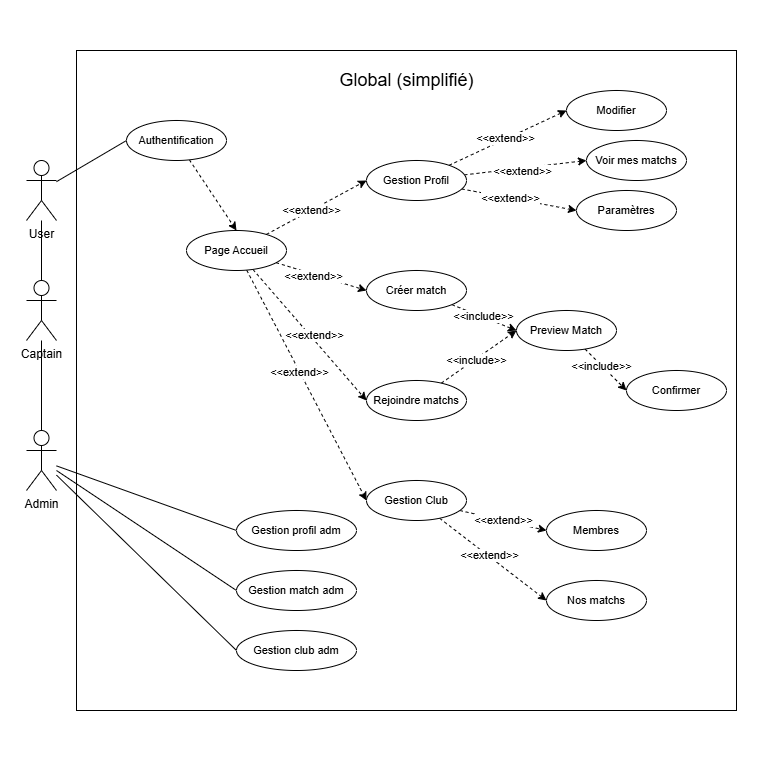
This is Diagram use case Global simplifié.drawio.png from Mathistrg/Styx, a draw.io export, as it was before one commit. Source tidied: cells renumbered, new cells last; positions are measured from the earlier drawing's top-left corner, leaving out a move shared by most shapes.
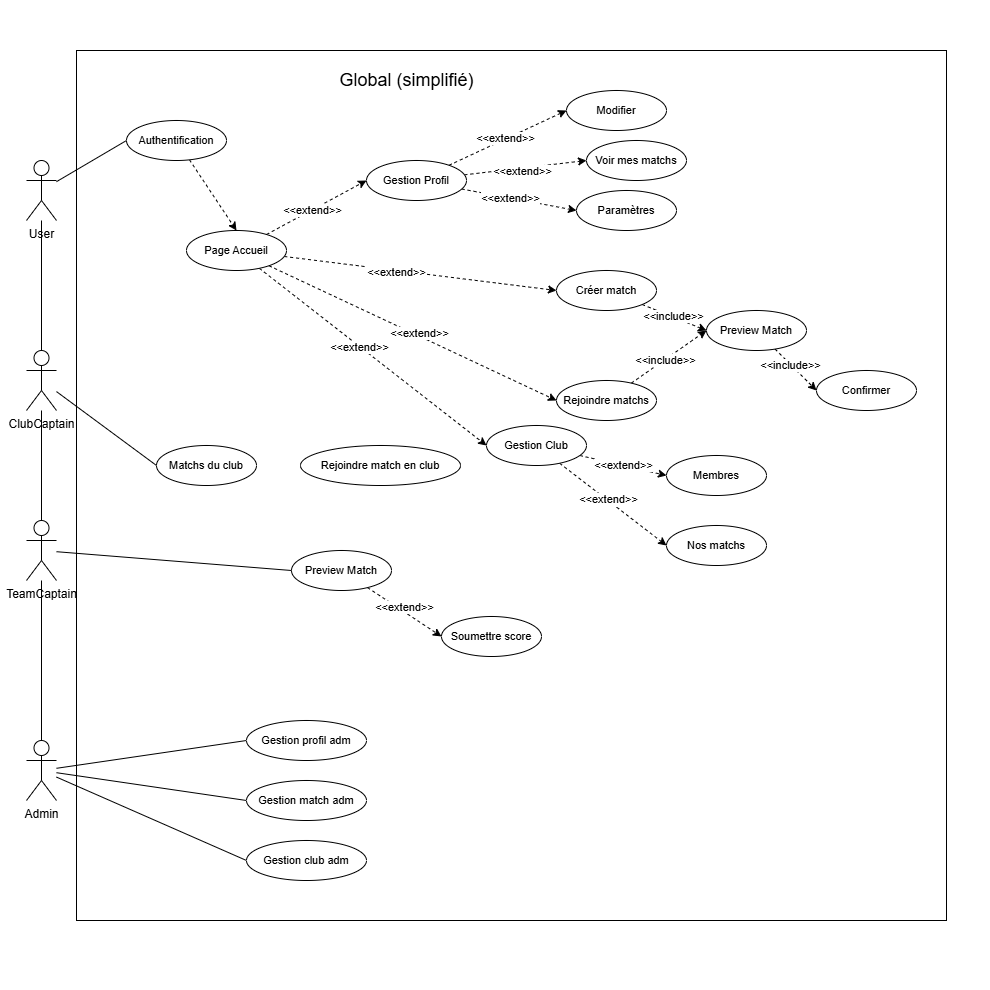
Above is the later version.

Commit message:
Mettre à jour Diagram use case Global simplifié.drawio.png

Diff of the diagram source:
```diff
@@ -3,10 +3,10 @@
     <mxCell id="0" />
     <mxCell id="1" parent="0" />
     <mxCell id="2" style="whiteSpace=wrap;html=1;strokeColor=none;" parent="1" vertex="1">
-      <mxGeometry width="760" height="760" as="geometry" />
+      <mxGeometry width="990" height="990" as="geometry" />
     </mxCell>
     <mxCell id="3" style="whiteSpace=wrap;html=1;" parent="1" vertex="1">
-      <mxGeometry x="76" y="50" width="660" height="660" as="geometry" />
+      <mxGeometry x="76" y="50" width="870" height="870" as="geometry" />
     </mxCell>
     <mxCell id="4" value="&lt;span style=&quot;font-size: 18px;&quot;&gt;Global (simplifié)&lt;/span&gt;" style="text;html=1;align=center;verticalAlign=middle;strokeColor=none;fillColor=none;" parent="1" vertex="1">
       <mxGeometry x="326" y="60" width="160" height="40" as="geometry" />
@@ -26,11 +26,11 @@
     <mxCell id="9" value="Authentification" style="ellipse;whiteSpace=wrap;html=1;fontFamily=Helvetica;fontSize=11;fontColor=default;labelBackgroundColor=default;" parent="1" vertex="1">
       <mxGeometry x="126" y="120" width="100" height="40" as="geometry" />
     </mxCell>
-    <mxCell id="10" style="edgeStyle=orthogonalEdgeStyle;rounded=0;jettySize=auto;html=1;endArrow=none;endFill=0;" parent="1" edge="1" source="11" target="15">
-      <mxGeometry relative="1" as="geometry" />
-    </mxCell>
+    <mxCell id="55" style="edgeStyle=none;shape=connector;rounded=0;jettySize=auto;html=1;entryX=0;entryY=0.5;entryDx=0;entryDy=0;strokeColor=default;align=center;verticalAlign=middle;fontFamily=Helvetica;fontSize=11;fontColor=default;labelBackgroundColor=default;endArrow=none;endFill=0;" parent="1" edge="1" source="11" target="61">
+      <mxGeometry relative="1" as="geometry" />
+    </mxCell>
-    <mxCell id="11" value="Captain" style="shape=umlActor;verticalLabelPosition=bottom;verticalAlign=top;html=1;outlineConnect=0;" parent="1" vertex="1">
-      <mxGeometry x="26" y="280" width="30" height="60" as="geometry" />
+    <mxCell id="11" value="ClubCaptain" style="shape=umlActor;verticalLabelPosition=bottom;verticalAlign=top;html=1;outlineConnect=0;" parent="1" vertex="1">
+      <mxGeometry x="26" y="350" width="30" height="60" as="geometry" />
     </mxCell>
     <mxCell id="12" style="edgeStyle=none;shape=connector;rounded=0;jettySize=auto;html=1;entryX=0;entryY=0.5;entryDx=0;entryDy=0;strokeColor=default;align=center;verticalAlign=middle;fontFamily=Helvetica;fontSize=11;fontColor=default;labelBackgroundColor=default;endArrow=none;endFill=0;" parent="1" edge="1" source="15" target="45">
       <mxGeometry relative="1" as="geometry" />
@@ -41,8 +41,11 @@
     <mxCell id="14" style="edgeStyle=none;shape=connector;rounded=0;jettySize=auto;html=1;entryX=0;entryY=0.5;entryDx=0;entryDy=0;strokeColor=default;align=center;verticalAlign=middle;fontFamily=Helvetica;fontSize=11;fontColor=default;labelBackgroundColor=default;endArrow=none;endFill=0;" parent="1" edge="1" source="15" target="44">
       <mxGeometry relative="1" as="geometry" />
     </mxCell>
+    <mxCell id="56" style="edgeStyle=none;shape=connector;rounded=0;jettySize=auto;html=1;strokeColor=default;align=center;verticalAlign=middle;fontFamily=Helvetica;fontSize=11;fontColor=default;labelBackgroundColor=default;endArrow=none;endFill=0;" parent="1" edge="1" source="15" target="65">
+      <mxGeometry relative="1" as="geometry" />
+    </mxCell>
     <mxCell id="15" value="Admin" style="shape=umlActor;verticalLabelPosition=bottom;verticalAlign=top;html=1;outlineConnect=0;" parent="1" vertex="1">
-      <mxGeometry x="26" y="430" width="30" height="60" as="geometry" />
+      <mxGeometry x="26" y="740" width="30" height="60" as="geometry" />
     </mxCell>
     <mxCell id="16" style="edgeStyle=none;shape=connector;rounded=0;jettySize=auto;html=1;entryX=0;entryY=0.5;entryDx=0;entryDy=0;dashed=1;strokeColor=default;align=center;verticalAlign=middle;fontFamily=Helvetica;fontSize=11;fontColor=default;labelBackgroundColor=default;endArrow=classic;endFill=1;" parent="1" edge="1" source="24" target="31">
       <mxGeometry relative="1" as="geometry" />
@@ -101,7 +104,7 @@
       <mxGeometry x="-0.06" y="1" relative="1" as="geometry" />
     </mxCell>
     <mxCell id="34" value="Créer match" style="ellipse;whiteSpace=wrap;html=1;fontFamily=Helvetica;fontSize=11;fontColor=default;labelBackgroundColor=default;" parent="1" vertex="1">
-      <mxGeometry x="366" y="270" width="100" height="40" as="geometry" />
+      <mxGeometry x="556" y="270" width="100" height="40" as="geometry" />
     </mxCell>
     <mxCell id="35" style="edgeStyle=none;shape=connector;rounded=0;jettySize=auto;html=1;entryX=0;entryY=0.5;entryDx=0;entryDy=0;dashed=1;strokeColor=default;align=center;verticalAlign=middle;fontFamily=Helvetica;fontSize=11;fontColor=default;labelBackgroundColor=default;endArrow=classic;endFill=1;" parent="1" edge="1" source="37" target="53">
       <mxGeometry relative="1" as="geometry" />
@@ -112,7 +115,7 @@
       </mxGeometry>
     </mxCell>
     <mxCell id="37" value="Rejoindre matchs" style="ellipse;whiteSpace=wrap;html=1;fontFamily=Helvetica;fontSize=11;fontColor=default;labelBackgroundColor=default;" parent="1" vertex="1">
-      <mxGeometry x="366" y="380" width="100" height="40" as="geometry" />
+      <mxGeometry x="556" y="380" width="100" height="40" as="geometry" />
     </mxCell>
     <mxCell id="38" style="edgeStyle=none;shape=connector;rounded=0;jettySize=auto;html=1;entryX=0;entryY=0.5;entryDx=0;entryDy=0;dashed=1;strokeColor=default;align=center;verticalAlign=middle;fontFamily=Helvetica;fontSize=11;fontColor=default;labelBackgroundColor=default;endArrow=classic;endFill=1;" parent="1" edge="1" source="42" target="49">
       <mxGeometry relative="1" as="geometry" />
@@ -127,16 +130,16 @@
       <mxGeometry x="-0.1" y="1" relative="1" as="geometry" />
     </mxCell>
     <mxCell id="42" value="Gestion Club" style="ellipse;whiteSpace=wrap;html=1;fontFamily=Helvetica;fontSize=11;fontColor=default;labelBackgroundColor=default;" parent="1" vertex="1">
-      <mxGeometry x="366" y="480" width="100" height="40" as="geometry" />
+      <mxGeometry x="486" y="425" width="100" height="40" as="geometry" />
     </mxCell>
     <mxCell id="43" value="Gestion match adm" style="ellipse;whiteSpace=wrap;html=1;fontFamily=Helvetica;fontSize=11;fontColor=default;labelBackgroundColor=default;" parent="1" vertex="1">
-      <mxGeometry x="236" y="570" width="120" height="40" as="geometry" />
+      <mxGeometry x="246" y="780" width="120" height="40" as="geometry" />
     </mxCell>
     <mxCell id="44" value="Gestion club adm" style="ellipse;whiteSpace=wrap;html=1;fontFamily=Helvetica;fontSize=11;fontColor=default;labelBackgroundColor=default;" parent="1" vertex="1">
-      <mxGeometry x="236" y="630" width="120" height="40" as="geometry" />
+      <mxGeometry x="246" y="840" width="120" height="40" as="geometry" />
     </mxCell>
     <mxCell id="45" value="Gestion profil adm" style="ellipse;whiteSpace=wrap;html=1;fontFamily=Helvetica;fontSize=11;fontColor=default;labelBackgroundColor=default;" parent="1" vertex="1">
-      <mxGeometry x="236" y="510" width="120" height="40" as="geometry" />
+      <mxGeometry x="246" y="720" width="120" height="40" as="geometry" />
     </mxCell>
     <mxCell id="46" value="Modifier" style="ellipse;whiteSpace=wrap;html=1;fontFamily=Helvetica;fontSize=11;fontColor=default;labelBackgroundColor=default;" parent="1" vertex="1">
       <mxGeometry x="566" y="90" width="100" height="40" as="geometry" />
@@ -145,13 +148,13 @@
       <mxGeometry x="576" y="190" width="100" height="40" as="geometry" />
     </mxCell>
     <mxCell id="48" value="Confirmer" style="ellipse;whiteSpace=wrap;html=1;fontFamily=Helvetica;fontSize=11;fontColor=default;labelBackgroundColor=default;" parent="1" vertex="1">
-      <mxGeometry x="626" y="370" width="100" height="40" as="geometry" />
+      <mxGeometry x="816" y="370" width="100" height="40" as="geometry" />
     </mxCell>
     <mxCell id="49" value="Membres" style="ellipse;whiteSpace=wrap;html=1;fontFamily=Helvetica;fontSize=11;fontColor=default;labelBackgroundColor=default;" parent="1" vertex="1">
-      <mxGeometry x="546" y="510" width="100" height="40" as="geometry" />
+      <mxGeometry x="666" y="455" width="100" height="40" as="geometry" />
     </mxCell>
     <mxCell id="50" value="Nos matchs" style="ellipse;whiteSpace=wrap;html=1;fontFamily=Helvetica;fontSize=11;fontColor=default;labelBackgroundColor=default;" parent="1" vertex="1">
-      <mxGeometry x="546" y="580" width="100" height="40" as="geometry" />
+      <mxGeometry x="666" y="525" width="100" height="40" as="geometry" />
     </mxCell>
     <mxCell id="51" style="edgeStyle=none;shape=connector;rounded=0;jettySize=auto;html=1;entryX=0;entryY=0.5;entryDx=0;entryDy=0;dashed=1;strokeColor=default;align=center;verticalAlign=middle;fontFamily=Helvetica;fontSize=11;fontColor=default;labelBackgroundColor=default;endArrow=classic;endFill=1;" parent="1" edge="1" source="53" target="48">
       <mxGeometry relative="1" as="geometry" />
@@ -162,10 +165,37 @@
       </mxGeometry>
     </mxCell>
     <mxCell id="53" value="Preview Match" style="ellipse;whiteSpace=wrap;html=1;fontFamily=Helvetica;fontSize=11;fontColor=default;labelBackgroundColor=default;" parent="1" vertex="1">
-      <mxGeometry x="516" y="310" width="100" height="40" as="geometry" />
+      <mxGeometry x="706" y="310" width="100" height="40" as="geometry" />
     </mxCell>
     <mxCell id="54" value="Voir mes matchs" style="ellipse;whiteSpace=wrap;html=1;fontFamily=Helvetica;fontSize=11;fontColor=default;labelBackgroundColor=default;" parent="1" vertex="1">
       <mxGeometry x="586" y="140" width="100" height="40" as="geometry" />
     </mxCell>
+    <mxCell id="57" style="edgeStyle=none;shape=connector;rounded=0;jettySize=auto;html=1;entryX=0;entryY=0.5;entryDx=0;entryDy=0;dashed=1;strokeColor=default;align=center;verticalAlign=middle;fontFamily=Helvetica;fontSize=11;fontColor=default;labelBackgroundColor=default;endArrow=classic;endFill=1;" parent="1" edge="1" source="59" target="60">
+      <mxGeometry relative="1" as="geometry" />
+    </mxCell>
+    <mxCell id="58" value="&amp;lt;&amp;lt;extend&amp;gt;&amp;gt;" style="edgeLabel;html=1;align=center;verticalAlign=middle;fontFamily=Helvetica;fontSize=11;fontColor=default;labelBackgroundColor=default;" parent="57" vertex="1">
+      <mxGeometry x="-0.06" y="4" relative="1" as="geometry" />
+    </mxCell>
+    <mxCell id="59" value="Preview Match" style="ellipse;whiteSpace=wrap;html=1;fontFamily=Helvetica;fontSize=11;fontColor=default;labelBackgroundColor=default;" parent="1" vertex="1">
+      <mxGeometry x="291" y="550" width="100" height="40" as="geometry" />
+    </mxCell>
+    <mxCell id="60" value="Soumettre score" style="ellipse;whiteSpace=wrap;html=1;fontFamily=Helvetica;fontSize=11;fontColor=default;labelBackgroundColor=default;" parent="1" vertex="1">
+      <mxGeometry x="441" y="616" width="100" height="40" as="geometry" />
+    </mxCell>
+    <mxCell id="61" value="Matchs du club" style="ellipse;whiteSpace=wrap;html=1;fontFamily=Helvetica;fontSize=11;fontColor=default;labelBackgroundColor=default;" parent="1" vertex="1">
+      <mxGeometry x="156" y="445" width="100" height="40" as="geometry" />
+    </mxCell>
+    <mxCell id="62" value="Rejoindre match en club" style="ellipse;whiteSpace=wrap;html=1;fontFamily=Helvetica;fontSize=11;fontColor=default;labelBackgroundColor=default;" parent="1" vertex="1">
+      <mxGeometry x="300" y="445" width="160" height="40" as="geometry" />
+    </mxCell>
+    <mxCell id="63" style="edgeStyle=none;shape=connector;rounded=0;jettySize=auto;html=1;strokeColor=default;align=center;verticalAlign=middle;fontFamily=Helvetica;fontSize=11;fontColor=default;labelBackgroundColor=default;endArrow=none;endFill=0;" parent="1" edge="1" source="65" target="11">
+      <mxGeometry relative="1" as="geometry" />
+    </mxCell>
+    <mxCell id="64" style="edgeStyle=none;shape=connector;rounded=0;jettySize=auto;html=1;entryX=0;entryY=0.5;entryDx=0;entryDy=0;strokeColor=default;align=center;verticalAlign=middle;fontFamily=Helvetica;fontSize=11;fontColor=default;labelBackgroundColor=default;endArrow=none;endFill=0;" parent="1" edge="1" source="65" target="59">
+      <mxGeometry relative="1" as="geometry" />
+    </mxCell>
+    <mxCell id="65" value="TeamCaptain" style="shape=umlActor;verticalLabelPosition=bottom;verticalAlign=top;html=1;outlineConnect=0;" parent="1" vertex="1">
+      <mxGeometry x="26" y="520" width="30" height="60" as="geometry" />
+    </mxCell>
   </root>
 </mxGraphModel>
```
